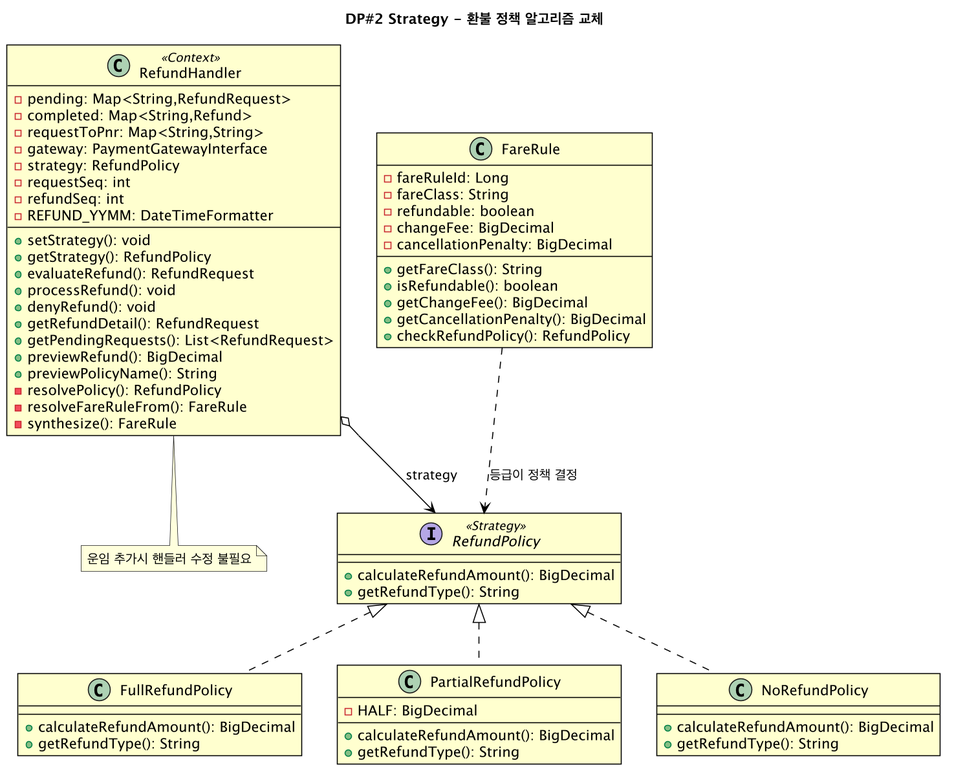
This is docs/diagrams/iter4-puml/dp2-strategy.png from gimjungwook/KoreanAirReservationDomain, a PlantUML export, as it was before one commit.
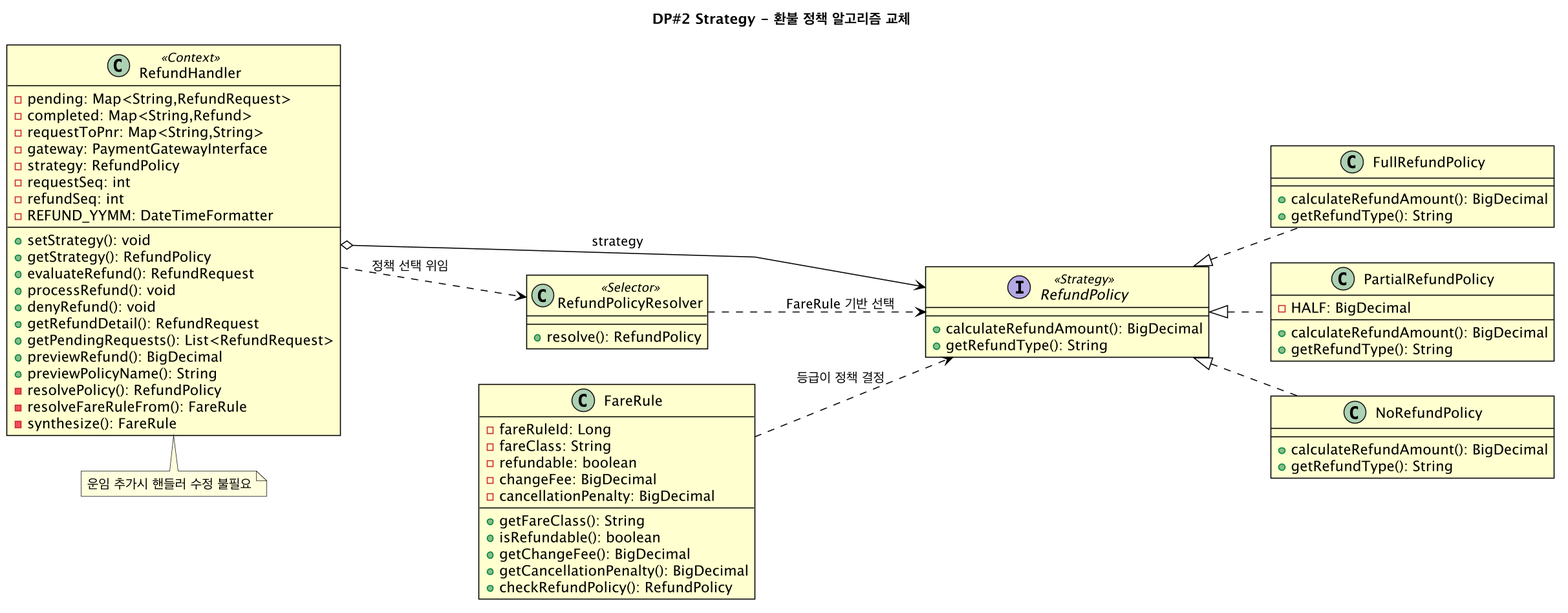
After the change.

Diff of the diagram source:
```diff
@@ -1,6 +1,7 @@
 @startuml dp2-strategy
 !include _style.puml
 title DP#2 Strategy - 환불 정책 알고리즘 교체
+left to right direction
 interface RefundPolicy <<Strategy>> {
   +calculateRefundAmount(): BigDecimal
   +getRefundType(): String
@@ -55,10 +56,15 @@
   +getCancellationPenalty(): BigDecimal
   +checkRefundPolicy(): RefundPolicy
 }
+class RefundPolicyResolver <<Selector>> {
+  +resolve(): RefundPolicy
+}
 RefundPolicy <|.. FullRefundPolicy
 RefundPolicy <|.. PartialRefundPolicy
 RefundPolicy <|.. NoRefundPolicy
 RefundHandler o--> RefundPolicy : strategy
+RefundHandler ..> RefundPolicyResolver : 정책 선택 위임
+RefundPolicyResolver ..> RefundPolicy : FareRule 기반 선택
 FareRule ..> RefundPolicy : 등급이 정책 결정
 note bottom of RefundHandler : 운임 추가시 핸들러 수정 불필요
 @enduml
```
